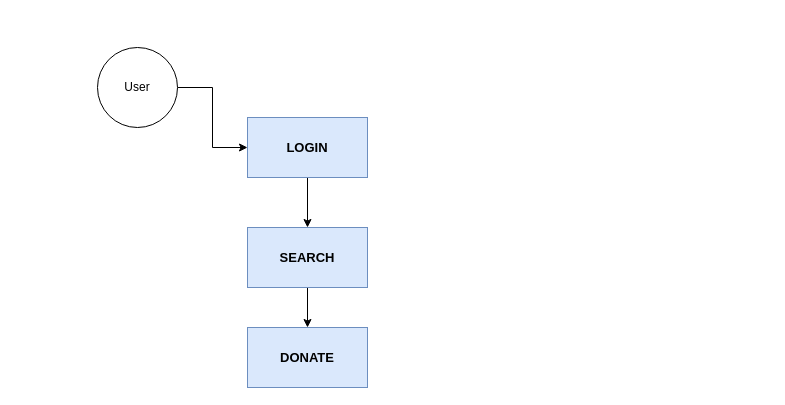
Above: block_diagram.drawio in ankanr/fundee (draw.io), before the change. Source tidied: cells renumbered, new cells numbered last; positions are measured from the earlier drawing's top-left corner, leaving out a move shared by most shapes. Both pictures are drawn from the tidied source at 100%, with x=0, y=0 at pixel (97, 47).
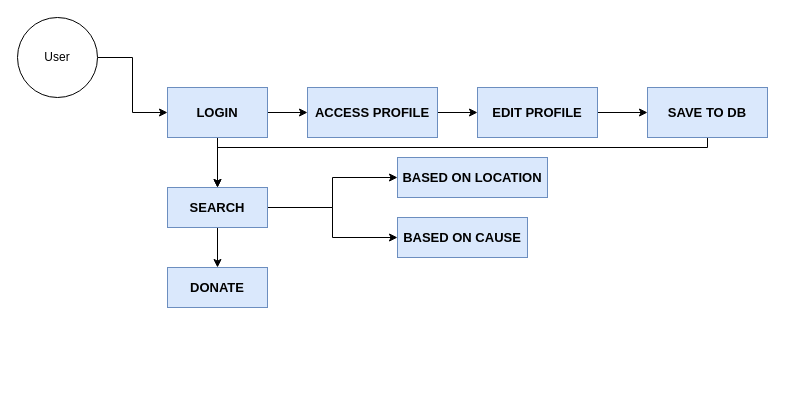
After the change.

The edit, as a diff of the source:
```diff
@@
+    <mxCell id="9" style="edgeStyle=orthogonalEdgeStyle;rounded=0;jettySize=auto;html=1;exitX=1;exitY=0.5;exitDx=0;exitDy=0;fontSize=13;" parent="1" edge="1" source="3" target="13">
+      <mxGeometry relative="1" as="geometry" />
+    </mxCell>
     <mxCell id="3" value="&lt;font style=&quot;font-size: 13px&quot;&gt;&lt;b&gt;LOGIN&lt;/b&gt;&lt;/font&gt;" style="rounded=0;whiteSpace=wrap;html=1;fillColor=#dae8fc;strokeColor=#6c8ebf;" parent="1" vertex="1">
-      <mxGeometry x="150" y="70" width="120" height="60" as="geometry" />
+      <mxGeometry x="70" y="40" width="100" height="50" as="geometry" />
     </mxCell>
@@
     <mxCell id="5" value="User" style="ellipse;whiteSpace=wrap;html=1;direction=south;" parent="1" vertex="1">
-      <mxGeometry width="80" height="80" as="geometry" />
+      <mxGeometry x="-80" y="-30" width="80" height="80" as="geometry" />
     </mxCell>
@@
+    <mxCell id="10" style="edgeStyle=orthogonalEdgeStyle;rounded=0;jettySize=auto;html=1;exitX=1;exitY=0.5;exitDx=0;exitDy=0;fontSize=13;" parent="1" edge="1" source="7" target="18">
+      <mxGeometry relative="1" as="geometry" />
+    </mxCell>
+    <mxCell id="11" style="edgeStyle=orthogonalEdgeStyle;rounded=0;jettySize=auto;html=1;entryX=0;entryY=0.5;entryDx=0;entryDy=0;fontSize=13;" parent="1" edge="1" source="7" target="19">
+      <mxGeometry relative="1" as="geometry" />
+    </mxCell>
     <mxCell id="7" value="&lt;font size=&quot;1&quot;&gt;&lt;b style=&quot;font-size: 13px&quot;&gt;SEARCH&lt;/b&gt;&lt;/font&gt;" style="rounded=0;whiteSpace=wrap;html=1;fillColor=#dae8fc;strokeColor=#6c8ebf;" parent="1" vertex="1">
-      <mxGeometry x="150" y="180" width="120" height="60" as="geometry" />
+      <mxGeometry x="70" y="140" width="100" height="40" as="geometry" />
     </mxCell>
     <mxCell id="8" value="&lt;b&gt;&lt;font style=&quot;font-size: 13px&quot;&gt;DONATE&lt;/font&gt;&lt;/b&gt;" style="rounded=0;whiteSpace=wrap;html=1;fillColor=#dae8fc;strokeColor=#6c8ebf;" parent="1" vertex="1">
-      <mxGeometry x="150" y="280" width="120" height="60" as="geometry" />
+      <mxGeometry x="70" y="220" width="100" height="40" as="geometry" />
     </mxCell>
+    <mxCell id="12" style="edgeStyle=orthogonalEdgeStyle;rounded=0;jettySize=auto;html=1;fontSize=13;" parent="1" edge="1" source="13" target="15">
+      <mxGeometry relative="1" as="geometry" />
+    </mxCell>
+    <mxCell id="13" value="ACCESS PROFILE" style="rounded=0;whiteSpace=wrap;html=1;fillColor=#dae8fc;strokeColor=#6c8ebf;fontSize=13;fontStyle=1;" parent="1" vertex="1">
+      <mxGeometry x="210" y="40" width="130" height="50" as="geometry" />
+    </mxCell>
+    <mxCell id="14" style="edgeStyle=orthogonalEdgeStyle;rounded=0;jettySize=auto;html=1;exitX=1;exitY=0.5;exitDx=0;exitDy=0;fontSize=13;" parent="1" edge="1" source="15" target="17">
+      <mxGeometry relative="1" as="geometry" />
+    </mxCell>
+    <mxCell id="15" value="&lt;b&gt;EDIT PROFILE&lt;/b&gt;" style="rounded=0;whiteSpace=wrap;html=1;fontSize=13;fillColor=#dae8fc;strokeColor=#6c8ebf;" parent="1" vertex="1">
+      <mxGeometry x="380" y="40" width="120" height="50" as="geometry" />
+    </mxCell>
+    <mxCell id="16" style="edgeStyle=orthogonalEdgeStyle;rounded=0;jettySize=auto;html=1;exitX=0.5;exitY=1;exitDx=0;exitDy=0;fontSize=13;" parent="1" edge="1" source="17">
+      <mxGeometry relative="1" as="geometry">
+        <mxPoint x="120" y="140" as="targetPoint" />
+        <Array as="points">
+          <mxPoint x="610" y="100" />
+          <mxPoint x="120" y="100" />
+        </Array>
+      </mxGeometry>
+    </mxCell>
+    <mxCell id="17" value="SAVE TO DB" style="rounded=0;whiteSpace=wrap;html=1;fontSize=13;fillColor=#dae8fc;strokeColor=#6c8ebf;fontStyle=1;" parent="1" vertex="1">
+      <mxGeometry x="550" y="40" width="120" height="50" as="geometry" />
+    </mxCell>
+    <mxCell id="18" value="BASED ON LOCATION" style="rounded=0;whiteSpace=wrap;html=1;fontSize=13;fontStyle=1;fillColor=#dae8fc;strokeColor=#6c8ebf;" parent="1" vertex="1">
+      <mxGeometry x="300" y="110" width="150" height="40" as="geometry" />
+    </mxCell>
+    <mxCell id="19" value="BASED ON CAUSE" style="rounded=0;whiteSpace=wrap;html=1;fontSize=13;fontStyle=1;fillColor=#dae8fc;strokeColor=#6c8ebf;" parent="1" vertex="1">
+      <mxGeometry x="300" y="170" width="130" height="40" as="geometry" />
+    </mxCell>
```
